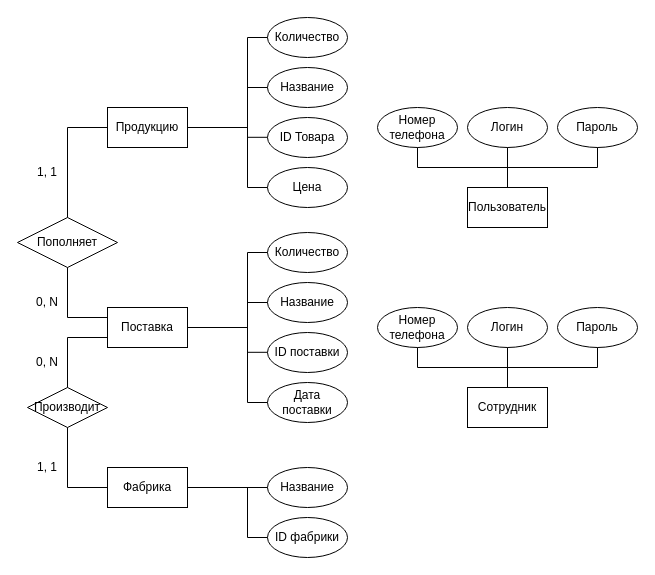
marsek4/ssp keeps this draw.io diagram as КМПО V2.0.drawio. Above is the earlier version. Source tidied: cells renumbered, new cells numbered last; positions are measured from the earlier drawing's top-left corner, leaving out a move shared by most shapes. Both pictures are drawn from the tidied source at 100%, with x=0, y=0 at pixel (17, 17).
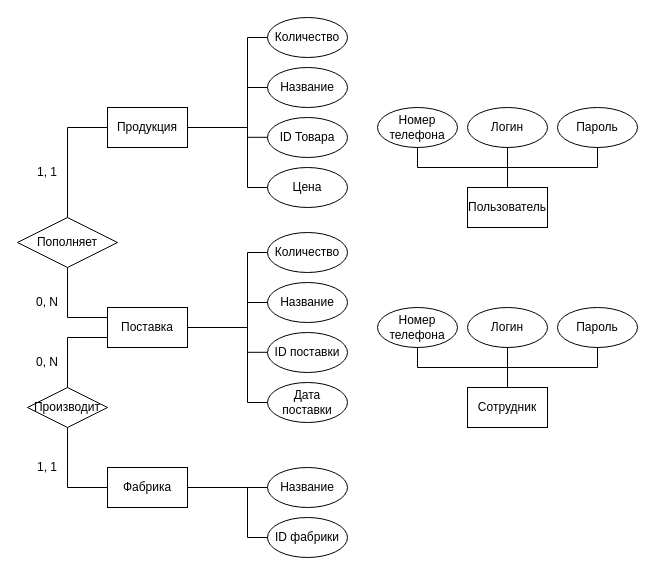
Above is the later version.

What changed in the source:
```diff
@@
-    <mxCell id="14" value="Продукцию" style="rounded=0;whiteSpace=wrap;html=1;" parent="1" vertex="1">
+    <mxCell id="14" value="Продукция" style="rounded=0;whiteSpace=wrap;html=1;" parent="1" vertex="1">
       <mxGeometry x="90" y="90" width="80" height="40" as="geometry" />
     </mxCell>
```
